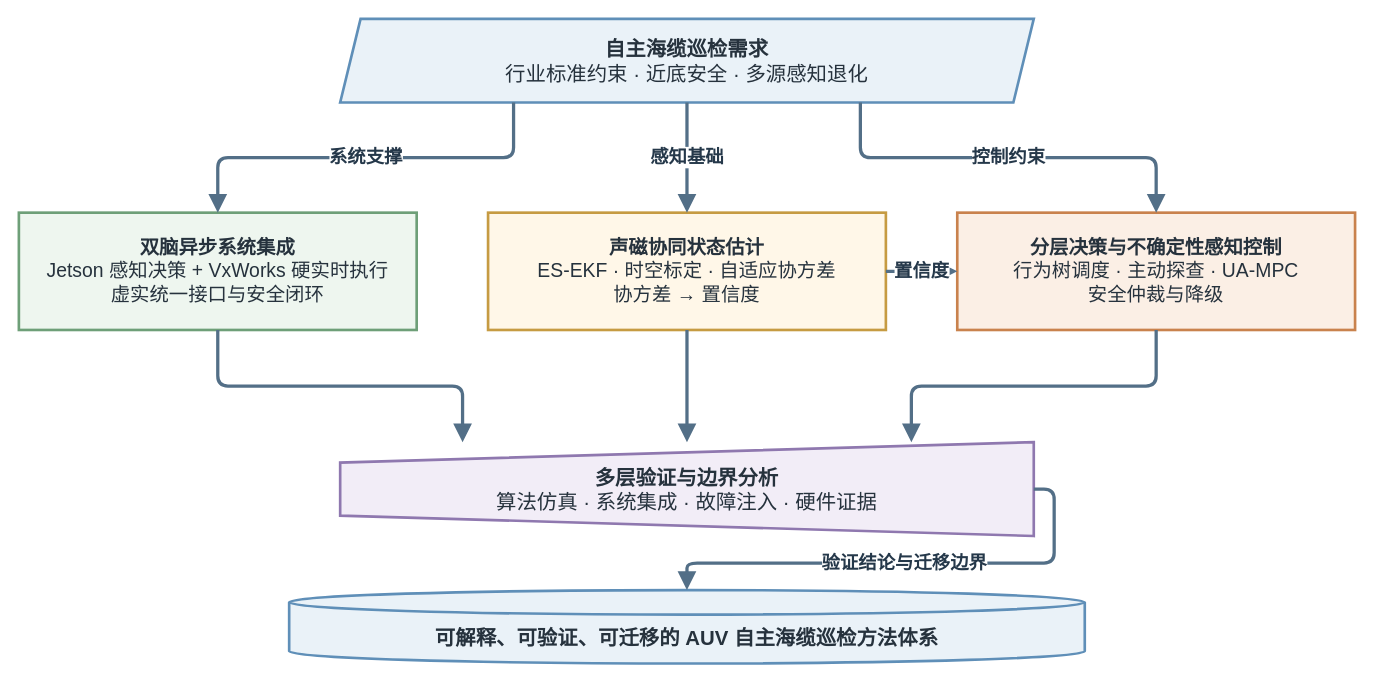
Above: docs/thesis/figures/architecture/auv_thesis_technical_route.drawio in 360ZMEM/AUV-Master-Project (draw.io), before the change. Source tidied: cells renumbered, new cells numbered last; positions are measured from the earlier drawing's top-left corner, leaving out a move shared by most shapes. Both pictures are drawn from the tidied source at 102%, with x=0, y=0 at pixel (18, 18).
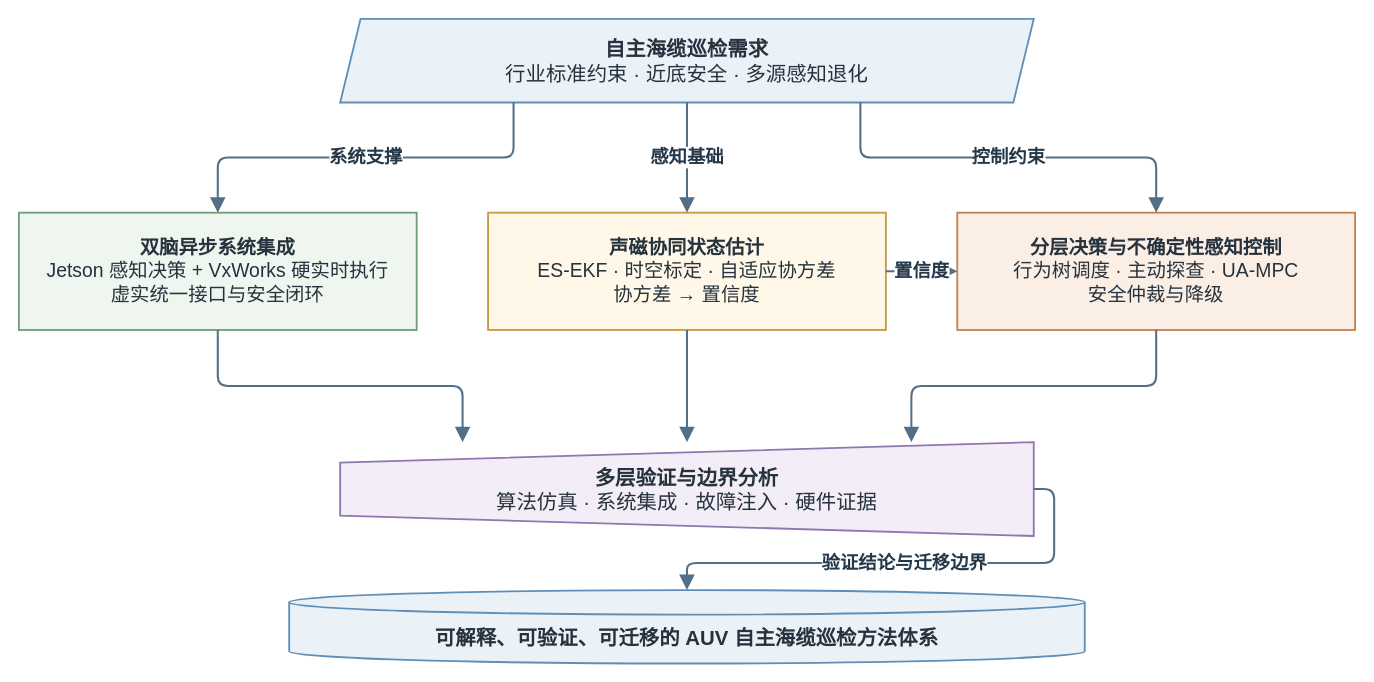
After the change.

The change refers to these unchanged cells:
```xml
<mxCell id="12" style="ellipse;html=1;opacity=0;fillOpacity=0;strokeOpacity=0;" parent="1" vertex="1">
  <mxGeometry x="434" y="414" width="2" height="2" as="geometry" />
</mxCell>
<mxCell id="13" style="ellipse;html=1;opacity=0;fillOpacity=0;strokeOpacity=0;" parent="1" vertex="1">
  <mxGeometry x="654" y="414" width="2" height="2" as="geometry" />
</mxCell>
<mxCell id="14" style="ellipse;html=1;opacity=0;fillOpacity=0;strokeOpacity=0;" parent="1" vertex="1">
  <mxGeometry x="874" y="414" width="2" height="2" as="geometry" />
</mxCell>
```

What changed in the source:
```diff
@@
-    <mxCell id="2" value="&lt;b&gt;自主海缆巡检需求&lt;/b&gt;&lt;br&gt;行业标准约束 · 近底安全 · 多源感知退化" style="shape=parallelogram;perimeter=parallelogramPerimeter;fixedSize=1;whiteSpace=wrap;html=1;align=center;verticalAlign=middle;fillColor=#EAF2F8;strokeColor=#5F8FB8;strokeWidth=2.6;spacing=8;fontFamily=Songti SC;fontSize=20;fontColor=#26323D;" parent="1" vertex="1">
+    <mxCell id="2" value="&lt;b&gt;自主海缆巡检需求&lt;/b&gt;&lt;br&gt;行业标准约束 · 近底安全 · 多源感知退化" style="shape=parallelogram;perimeter=parallelogramPerimeter;fixedSize=1;whiteSpace=wrap;html=1;align=center;verticalAlign=middle;fillColor=#EAF2F8;strokeColor=#5F8FB8;strokeWidth=1.8;spacing=8;fontFamily=Songti SC;fontSize=20;fontColor=#26323D;" parent="1" vertex="1">
       <mxGeometry x="315" width="680" height="82" as="geometry" />
     </mxCell>
-    <mxCell id="3" value="&lt;b&gt;双脑异步系统集成&lt;/b&gt;&lt;br&gt;Jetson 感知决策 + VxWorks 硬实时执行&lt;br&gt;虚实统一接口与安全闭环" style="rounded=0;whiteSpace=wrap;html=1;align=center;verticalAlign=middle;fillColor=#EEF6EF;strokeColor=#6E9F78;strokeWidth=2.6;spacing=8;fontFamily=Songti SC;fontSize=19;fontColor=#26323D;" parent="1" vertex="1">
+    <mxCell id="3" value="&lt;b&gt;双脑异步系统集成&lt;/b&gt;&lt;br&gt;Jetson 感知决策 + VxWorks 硬实时执行&lt;br&gt;虚实统一接口与安全闭环" style="rounded=0;whiteSpace=wrap;html=1;align=center;verticalAlign=middle;fillColor=#EEF6EF;strokeColor=#6E9F78;strokeWidth=1.8;spacing=8;fontFamily=Songti SC;fontSize=19;fontColor=#26323D;" parent="1" vertex="1">
       <mxGeometry y="190" width="390" height="115" as="geometry" />
     </mxCell>
-    <mxCell id="4" value="&lt;b&gt;声磁协同状态估计&lt;/b&gt;&lt;br&gt;ES-EKF · 时空标定 · 自适应协方差&lt;br&gt;协方差 → 置信度" style="rounded=0;whiteSpace=wrap;html=1;align=center;verticalAlign=middle;fillColor=#FFF7E8;strokeColor=#C69B42;strokeWidth=2.6;spacing=8;fontFamily=Songti SC;fontSize=19;fontColor=#26323D;" parent="1" vertex="1">
+    <mxCell id="4" value="&lt;b&gt;声磁协同状态估计&lt;/b&gt;&lt;br&gt;ES-EKF · 时空标定 · 自适应协方差&lt;br&gt;协方差 → 置信度" style="rounded=0;whiteSpace=wrap;html=1;align=center;verticalAlign=middle;fillColor=#FFF7E8;strokeColor=#C69B42;strokeWidth=1.8;spacing=8;fontFamily=Songti SC;fontSize=19;fontColor=#26323D;" parent="1" vertex="1">
       <mxGeometry x="460" y="190" width="390" height="115" as="geometry" />
     </mxCell>
-    <mxCell id="5" value="&lt;b&gt;分层决策与不确定性感知控制&lt;/b&gt;&lt;br&gt;行为树调度 · 主动探查 · UA-MPC&lt;br&gt;安全仲裁与降级" style="rounded=0;whiteSpace=wrap;html=1;align=center;verticalAlign=middle;fillColor=#FBEFE5;strokeColor=#C9824D;strokeWidth=2.6;spacing=8;fontFamily=Songti SC;fontSize=19;fontColor=#26323D;" parent="1" vertex="1">
+    <mxCell id="5" value="&lt;b&gt;分层决策与不确定性感知控制&lt;/b&gt;&lt;br&gt;行为树调度 · 主动探查 · UA-MPC&lt;br&gt;安全仲裁与降级" style="rounded=0;whiteSpace=wrap;html=1;align=center;verticalAlign=middle;fillColor=#FBEFE5;strokeColor=#C9824D;strokeWidth=1.8;spacing=8;fontFamily=Songti SC;fontSize=19;fontColor=#26323D;" parent="1" vertex="1">
       <mxGeometry x="920" y="190" width="390" height="115" as="geometry" />
     </mxCell>
-    <mxCell id="6" value="&lt;b&gt;多层验证与边界分析&lt;/b&gt;&lt;br&gt;算法仿真 · 系统集成 · 故障注入 · 硬件证据" style="shape=trapezoid;perimeter=trapezoidPerimeter;fixedSize=1;direction=north;whiteSpace=wrap;html=1;align=center;verticalAlign=middle;fillColor=#F2EDF7;strokeColor=#8F78AF;strokeWidth=2.6;spacing=8;fontFamily=Songti SC;fontSize=20;fontColor=#26323D;" parent="1" vertex="1">
+    <mxCell id="6" value="&lt;b&gt;多层验证与边界分析&lt;/b&gt;&lt;br&gt;算法仿真 · 系统集成 · 故障注入 · 硬件证据" style="shape=trapezoid;perimeter=trapezoidPerimeter;fixedSize=1;direction=north;whiteSpace=wrap;html=1;align=center;verticalAlign=middle;fillColor=#F2EDF7;strokeColor=#8F78AF;strokeWidth=1.8;spacing=8;fontFamily=Songti SC;fontSize=20;fontColor=#26323D;" parent="1" vertex="1">
       <mxGeometry x="315" y="415" width="680" height="92" as="geometry" />
     </mxCell>
-    <mxCell id="7" value="&lt;b&gt;可解释、可验证、可迁移的 AUV 自主海缆巡检方法体系&lt;/b&gt;" style="shape=cylinder3;boundedLbl=1;backgroundOutline=1;size=12;whiteSpace=wrap;html=1;align=center;verticalAlign=middle;fillColor=#EAF2F8;strokeColor=#5F8FB8;strokeWidth=2.6;spacing=8;fontFamily=Songti SC;fontSize=20;fontColor=#26323D;" parent="1" vertex="1">
+    <mxCell id="7" value="&lt;b&gt;可解释、可验证、可迁移的 AUV 自主海缆巡检方法体系&lt;/b&gt;" style="shape=cylinder3;boundedLbl=1;backgroundOutline=1;size=12;whiteSpace=wrap;html=1;align=center;verticalAlign=middle;fillColor=#EAF2F8;strokeColor=#5F8FB8;strokeWidth=1.8;spacing=8;fontFamily=Songti SC;fontSize=20;fontColor=#26323D;" parent="1" vertex="1">
       <mxGeometry x="265" y="560" width="780" height="72" as="geometry" />
     </mxCell>
-    <mxCell id="8" value="系统支撑" style="edgeStyle=orthogonalEdgeStyle;rounded=1;jettySize=auto;html=1;strokeColor=#536F87;strokeWidth=3.2;fontFamily=Songti SC;fontSize=18;fontStyle=1;fontColor=#25384A;labelBackgroundColor=#FFFFFF;endArrow=block;endFill=1;endSize=10;exitX=0.25;exitY=1;entryX=0.5;entryY=0;" parent="1" edge="1" source="2" target="3">
+    <mxCell id="8" value="系统支撑" style="edgeStyle=orthogonalEdgeStyle;rounded=1;jettySize=auto;html=1;strokeColor=#536F87;strokeWidth=2.0;fontFamily=Songti SC;fontSize=18;fontStyle=1;fontColor=#25384A;labelBackgroundColor=#FFFFFF;endArrow=block;endFill=1;endSize=10;exitX=0.25;exitY=1;entryX=0.5;entryY=0;" parent="1" edge="1" source="2" target="3">
       <mxGeometry relative="1" as="geometry" />
     </mxCell>
-    <mxCell id="9" value="感知基础" style="edgeStyle=orthogonalEdgeStyle;rounded=1;jettySize=auto;html=1;strokeColor=#536F87;strokeWidth=3.2;fontFamily=Songti SC;fontSize=18;fontStyle=1;fontColor=#25384A;labelBackgroundColor=#FFFFFF;endArrow=block;endFill=1;endSize=10;exitX=0.5;exitY=1;entryX=0.5;entryY=0;" parent="1" edge="1" source="2" target="4">
+    <mxCell id="9" value="感知基础" style="edgeStyle=orthogonalEdgeStyle;rounded=1;jettySize=auto;html=1;strokeColor=#536F87;strokeWidth=2.0;fontFamily=Songti SC;fontSize=18;fontStyle=1;fontColor=#25384A;labelBackgroundColor=#FFFFFF;endArrow=block;endFill=1;endSize=10;exitX=0.5;exitY=1;entryX=0.5;entryY=0;" parent="1" edge="1" source="2" target="4">
       <mxGeometry relative="1" as="geometry" />
     </mxCell>
-    <mxCell id="10" value="控制约束" style="edgeStyle=orthogonalEdgeStyle;rounded=1;jettySize=auto;html=1;strokeColor=#536F87;strokeWidth=3.2;fontFamily=Songti SC;fontSize=18;fontStyle=1;fontColor=#25384A;labelBackgroundColor=#FFFFFF;endArrow=block;endFill=1;endSize=10;exitX=0.75;exitY=1;entryX=0.5;entryY=0;" parent="1" edge="1" source="2" target="5">
+    <mxCell id="10" value="控制约束" style="edgeStyle=orthogonalEdgeStyle;rounded=1;jettySize=auto;html=1;strokeColor=#536F87;strokeWidth=2.0;fontFamily=Songti SC;fontSize=18;fontStyle=1;fontColor=#25384A;labelBackgroundColor=#FFFFFF;endArrow=block;endFill=1;endSize=10;exitX=0.75;exitY=1;entryX=0.5;entryY=0;" parent="1" edge="1" source="2" target="5">
       <mxGeometry relative="1" as="geometry" />
     </mxCell>
-    <mxCell id="11" value="置信度" style="edgeStyle=orthogonalEdgeStyle;rounded=1;jettySize=auto;html=1;strokeColor=#536F87;strokeWidth=3.2;fontFamily=Songti SC;fontSize=18;fontStyle=1;fontColor=#25384A;labelBackgroundColor=#FFFFFF;endArrow=block;endFill=1;endSize=10;exitX=1;entryX=0;" parent="1" edge="1" source="4" target="5">
+    <mxCell id="11" value="置信度" style="edgeStyle=orthogonalEdgeStyle;rounded=1;jettySize=auto;html=1;strokeColor=#536F87;strokeWidth=2.0;fontFamily=Songti SC;fontSize=18;fontStyle=1;fontColor=#25384A;labelBackgroundColor=#FFFFFF;endArrow=block;endFill=1;endSize=10;exitX=1;entryX=0;" parent="1" edge="1" source="4" target="5">
       <mxGeometry relative="1" as="geometry" />
     </mxCell>
@@
-    <mxCell id="15" style="edgeStyle=orthogonalEdgeStyle;rounded=1;jettySize=auto;html=1;strokeColor=#536F87;strokeWidth=3.2;endArrow=block;endFill=1;endSize=10;exitX=0.5;exitY=1;entryX=0.5;entryY=0.5;entryPerimeter=0;" parent="1" edge="1" source="3" target="12">
+    <mxCell id="15" style="edgeStyle=orthogonalEdgeStyle;rounded=1;jettySize=auto;html=1;strokeColor=#536F87;strokeWidth=2.0;endArrow=block;endFill=1;endSize=10;exitX=0.5;exitY=1;entryX=0.5;entryY=0.5;entryPerimeter=0;" parent="1" edge="1" source="3" target="12">
       <mxGeometry relative="1" as="geometry">
         <Array as="points">
           <mxPoint x="195" y="360" />
           <mxPoint x="435" y="360" />
         </Array>
       </mxGeometry>
     </mxCell>
-    <mxCell id="16" style="edgeStyle=orthogonalEdgeStyle;rounded=1;jettySize=auto;html=1;strokeColor=#536F87;strokeWidth=3.2;endArrow=block;endFill=1;endSize=10;exitX=0.5;exitY=1;entryX=0.5;entryY=0.5;entryPerimeter=0;" parent="1" edge="1" source="4" target="13">
+    <mxCell id="16" style="edgeStyle=orthogonalEdgeStyle;rounded=1;jettySize=auto;html=1;strokeColor=#536F87;strokeWidth=2.0;endArrow=block;endFill=1;endSize=10;exitX=0.5;exitY=1;entryX=0.5;entryY=0.5;entryPerimeter=0;" parent="1" edge="1" source="4" target="13">
       <mxGeometry relative="1" as="geometry" />
     </mxCell>
-    <mxCell id="17" style="edgeStyle=orthogonalEdgeStyle;rounded=1;jettySize=auto;html=1;strokeColor=#536F87;strokeWidth=3.2;endArrow=block;endFill=1;endSize=10;exitX=0.5;exitY=1;entryX=0.5;entryY=0.5;entryPerimeter=0;" parent="1" edge="1" source="5" target="14">
+    <mxCell id="17" style="edgeStyle=orthogonalEdgeStyle;rounded=1;jettySize=auto;html=1;strokeColor=#536F87;strokeWidth=2.0;endArrow=block;endFill=1;endSize=10;exitX=0.5;exitY=1;entryX=0.5;entryY=0.5;entryPerimeter=0;" parent="1" edge="1" source="5" target="14">
       <mxGeometry relative="1" as="geometry">
         <Array as="points">
           <mxPoint x="1115" y="360" />
           <mxPoint x="875" y="360" />
         </Array>
       </mxGeometry>
     </mxCell>
-    <mxCell id="18" value="验证结论与迁移边界" style="edgeStyle=orthogonalEdgeStyle;rounded=1;jettySize=auto;html=1;strokeColor=#536F87;strokeWidth=3.2;fontFamily=Songti SC;fontSize=18;fontStyle=1;fontColor=#25384A;labelBackgroundColor=#FFFFFF;endArrow=block;endFill=1;endSize=10;exitX=0.5;exitY=1;entryX=0.5;entryY=0;" parent="1" edge="1" source="6" target="7">
+    <mxCell id="18" value="验证结论与迁移边界" style="edgeStyle=orthogonalEdgeStyle;rounded=1;jettySize=auto;html=1;strokeColor=#536F87;strokeWidth=2.0;fontFamily=Songti SC;fontSize=18;fontStyle=1;fontColor=#25384A;labelBackgroundColor=#FFFFFF;endArrow=block;endFill=1;endSize=10;exitX=0.5;exitY=1;entryX=0.5;entryY=0;" parent="1" edge="1" source="6" target="7">
       <mxGeometry relative="1" as="geometry" />
     </mxCell>
```
